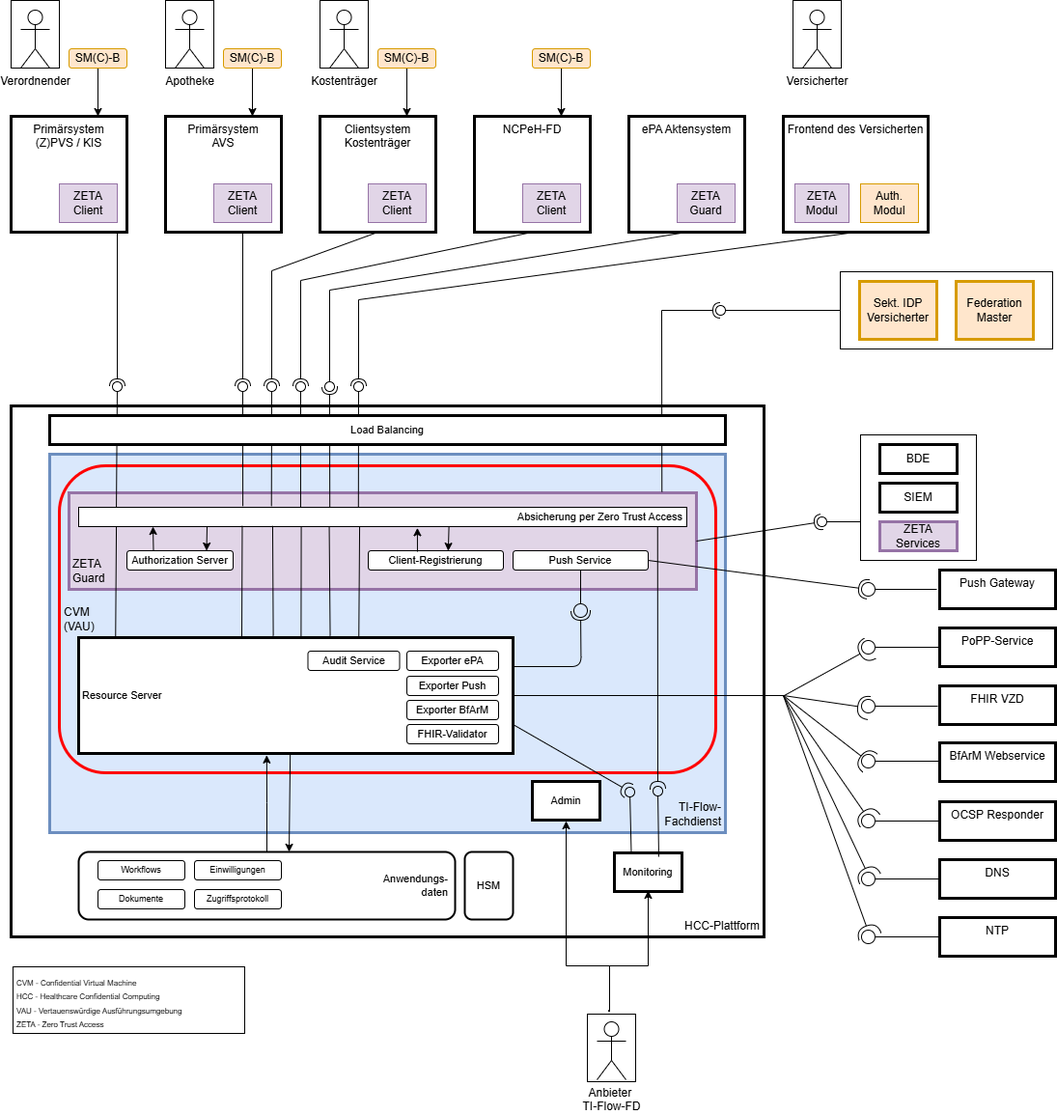
This is igs/core/input/images/systemueberblick_TI-Flow-Fachdienst.drawio.png from gematik/fhir-igs-workflow, a draw.io export, as it was before one commit. Source tidied: cells renumbered, new cells last; positions are measured from the earlier drawing's top-left corner, leaving out a move shared by most shapes.
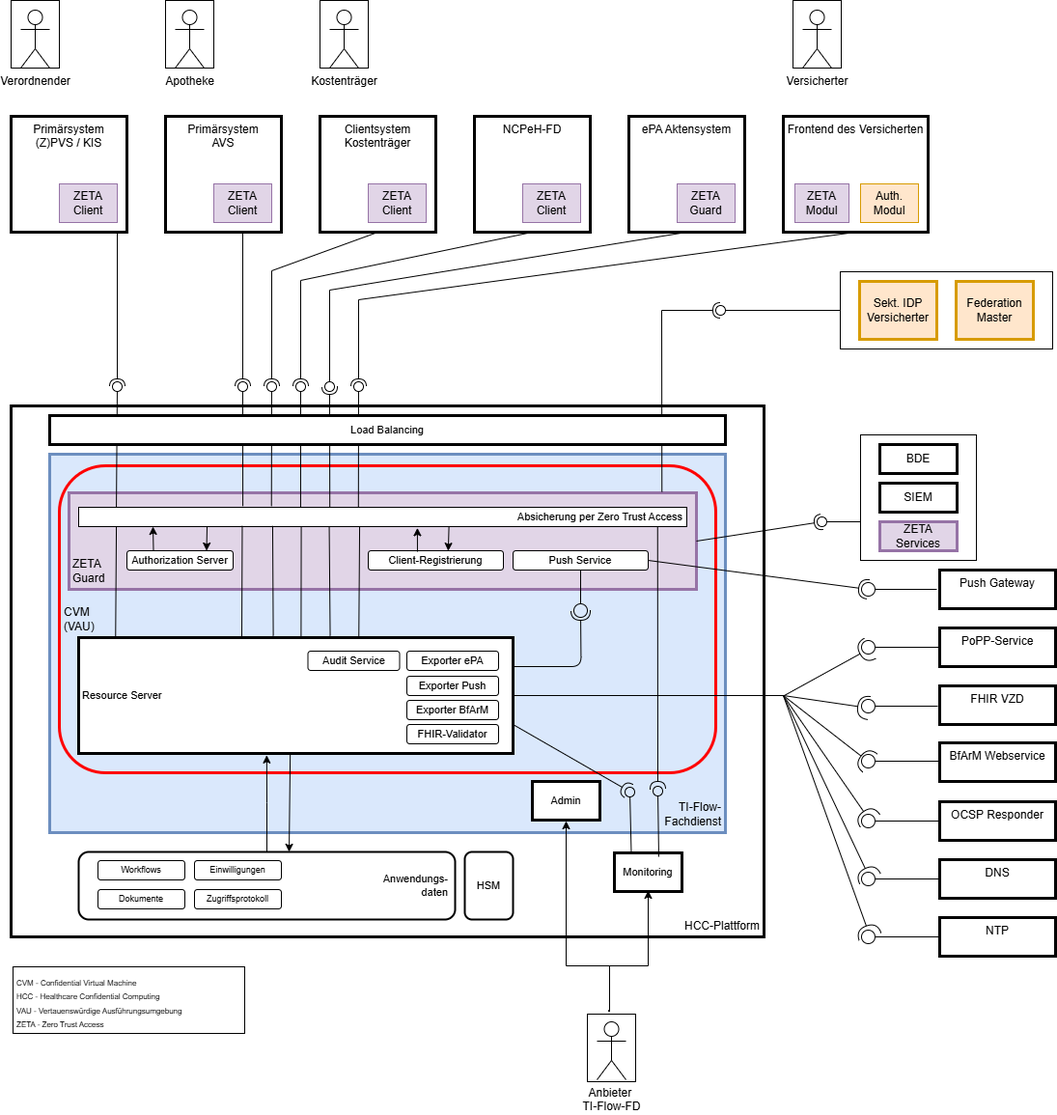
After the change.

Diff of the diagram source:
```diff
@@ -331,30 +331,6 @@
     <mxCell id="86" value="Kostenträger" style="shape=umlActor;verticalLabelPosition=bottom;verticalAlign=top;html=1;" parent="1" vertex="1">
       <mxGeometry x="330" y="10" width="30" height="60" as="geometry" />
     </mxCell>
-    <mxCell id="87" style="edgeStyle=orthogonalEdgeStyle;rounded=0;jettySize=auto;html=1;exitX=0.5;exitY=1;exitDx=0;exitDy=0;entryX=0.75;entryY=0;entryDx=0;entryDy=0;" parent="1" edge="1" source="88" target="29">
-      <mxGeometry relative="1" as="geometry" />
-    </mxCell>
-    <mxCell id="88" value="SM(C)-B" style="rounded=1;whiteSpace=wrap;html=1;fillColor=#ffe6cc;strokeColor=#d79b00;" parent="1" vertex="1">
-      <mxGeometry x="60" y="50" width="60" height="20" as="geometry" />
-    </mxCell>
-    <mxCell id="89" style="edgeStyle=orthogonalEdgeStyle;rounded=0;jettySize=auto;html=1;exitX=0.5;exitY=1;exitDx=0;exitDy=0;entryX=0.75;entryY=0;entryDx=0;entryDy=0;" parent="1" edge="1" source="90" target="31">
-      <mxGeometry relative="1" as="geometry" />
-    </mxCell>
-    <mxCell id="90" value="SM(C)-B" style="rounded=1;whiteSpace=wrap;html=1;fillColor=#ffe6cc;strokeColor=#d79b00;" parent="1" vertex="1">
-      <mxGeometry x="220" y="50" width="60" height="20" as="geometry" />
-    </mxCell>
-    <mxCell id="91" style="edgeStyle=orthogonalEdgeStyle;rounded=0;jettySize=auto;html=1;exitX=0.5;exitY=1;exitDx=0;exitDy=0;entryX=0.75;entryY=0;entryDx=0;entryDy=0;" parent="1" edge="1" source="92" target="33">
-      <mxGeometry relative="1" as="geometry" />
-    </mxCell>
-    <mxCell id="92" value="SM(C)-B" style="rounded=1;whiteSpace=wrap;html=1;fillColor=#ffe6cc;strokeColor=#d79b00;" parent="1" vertex="1">
-      <mxGeometry x="380" y="50" width="60" height="20" as="geometry" />
-    </mxCell>
-    <mxCell id="93" style="edgeStyle=orthogonalEdgeStyle;rounded=0;jettySize=auto;html=1;exitX=0.5;exitY=1;exitDx=0;exitDy=0;entryX=0.75;entryY=0;entryDx=0;entryDy=0;" parent="1" edge="1" source="94" target="35">
-      <mxGeometry relative="1" as="geometry" />
-    </mxCell>
-    <mxCell id="94" value="SM(C)-B" style="rounded=1;whiteSpace=wrap;html=1;fillColor=#ffe6cc;strokeColor=#d79b00;" parent="1" vertex="1">
-      <mxGeometry x="540" y="50" width="60" height="20" as="geometry" />
-    </mxCell>
     <mxCell id="95" value="Auth.&lt;div&gt;Modul&lt;/div&gt;" style="rounded=0;whiteSpace=wrap;html=1;fillColor=#ffe6cc;strokeColor=#d79b00;" parent="1" vertex="1">
       <mxGeometry x="880" y="190" width="60" height="40" as="geometry" />
     </mxCell>
```
